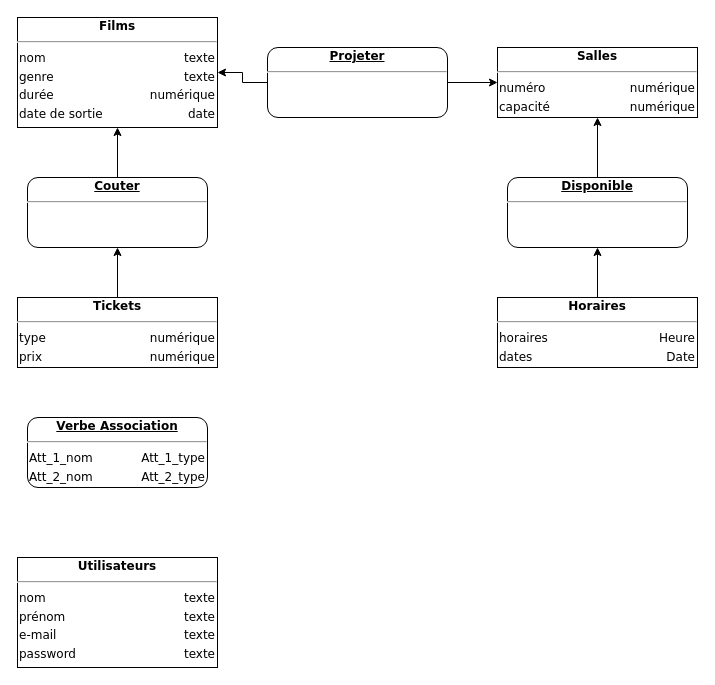
The draw.io diagram Documentation/projweb.drawio in TCamoes15/PROJWEB-BDD, before the edit. Source tidied: cells renumbered, new cells numbered last; positions are measured from the earlier drawing's top-left corner, leaving out a move shared by most shapes. Both pictures are drawn from the tidied source at 100%, with x=0, y=0 at pixel (17, 17).
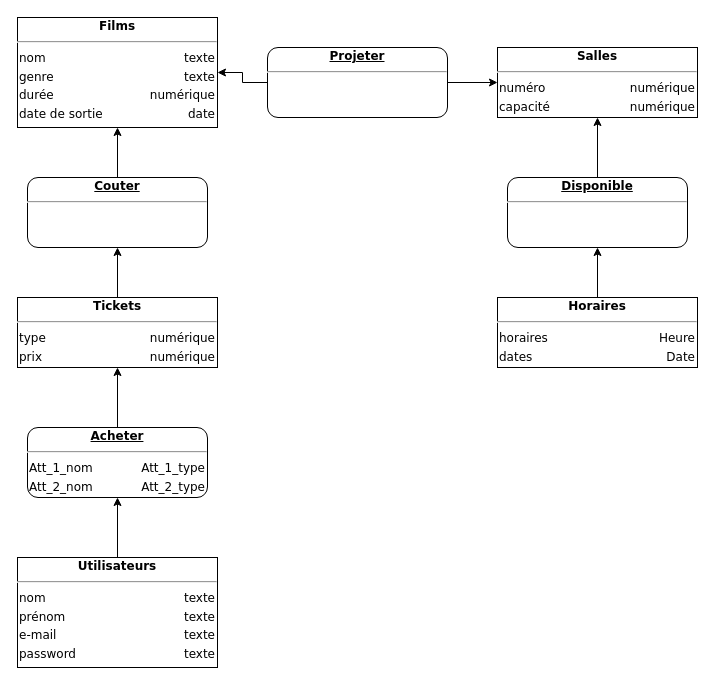
The same page after the edit.

Diff of the diagram source:
```diff
@@
 <mxGraphModel>
   <root>
     <mxCell id="0" />
     <mxCell id="1" parent="0" />
+    <mxCell id="17" style="edgeStyle=orthogonalEdgeStyle;rounded=0;jettySize=auto;html=1;" parent="1" edge="1" source="2" target="6">
+      <mxGeometry relative="1" as="geometry" />
+    </mxCell>
-    <mxCell id="2" value="&lt;div style=&quot;box-sizing: border-box ; width: 100% ; padding: 2px&quot;&gt;&lt;b&gt;&lt;u style=&quot;background-color: rgb(255 , 255 , 255)&quot;&gt;Verbe Association&lt;/u&gt;&lt;/b&gt;&lt;/div&gt;&lt;hr&gt;&lt;table style=&quot;width: 100% ; font-size: 1em&quot; cellpadding=&quot;2&quot; cellspacing=&quot;0&quot;&gt;&lt;tbody&gt;&lt;tr&gt;&lt;td style=&quot;text-align: left&quot;&gt;Att_1_nom&lt;/td&gt;&lt;td style=&quot;text-align: right&quot;&gt;Att_1_type&lt;br&gt;&lt;/td&gt;&lt;/tr&gt;&lt;tr&gt;&lt;td style=&quot;text-align: left&quot;&gt;Att_2_nom&lt;br&gt;&lt;/td&gt;&lt;td style=&quot;text-align: right&quot;&gt;Att_2_type&lt;br&gt;&lt;/td&gt;&lt;/tr&gt;&lt;/tbody&gt;&lt;/table&gt;" style="verticalAlign=top;align=center;overflow=fill;html=1;rounded=1;shadow=0;comic=0;labelBackgroundColor=none;strokeColor=#000000;strokeWidth=1;fillColor=#ffffff;fontFamily=Verdana;fontSize=12;fontColor=#000000;" parent="1" vertex="1">
-      <mxGeometry x="10" y="400" width="180" height="70" as="geometry" />
+    <mxCell id="2" value="&lt;div style=&quot;box-sizing: border-box ; width: 100% ; padding: 2px&quot;&gt;&lt;span style=&quot;background-color: rgb(255 , 255 , 255)&quot;&gt;&lt;b&gt;&lt;u&gt;Acheter&lt;/u&gt;&lt;/b&gt;&lt;/span&gt;&lt;/div&gt;&lt;hr&gt;&lt;table style=&quot;width: 100% ; font-size: 1em&quot; cellpadding=&quot;2&quot; cellspacing=&quot;0&quot;&gt;&lt;tbody&gt;&lt;tr&gt;&lt;td style=&quot;text-align: left&quot;&gt;Att_1_nom&lt;/td&gt;&lt;td style=&quot;text-align: right&quot;&gt;Att_1_type&lt;br&gt;&lt;/td&gt;&lt;/tr&gt;&lt;tr&gt;&lt;td style=&quot;text-align: left&quot;&gt;Att_2_nom&lt;br&gt;&lt;/td&gt;&lt;td style=&quot;text-align: right&quot;&gt;Att_2_type&lt;br&gt;&lt;/td&gt;&lt;/tr&gt;&lt;/tbody&gt;&lt;/table&gt;" style="verticalAlign=top;align=center;overflow=fill;html=1;rounded=1;shadow=0;comic=0;labelBackgroundColor=none;strokeColor=#000000;strokeWidth=1;fillColor=#ffffff;fontFamily=Verdana;fontSize=12;fontColor=#000000;" parent="1" vertex="1">
+      <mxGeometry x="10" y="410" width="180" height="70" as="geometry" />
     </mxCell>
     <mxCell id="3" value="&lt;div style=&quot;box-sizing: border-box ; width: 100% ; padding: 2px&quot;&gt;&lt;span style=&quot;background-color: rgb(255 , 255 , 255)&quot;&gt;&lt;b&gt;Films&lt;/b&gt;&lt;/span&gt;&lt;/div&gt;&lt;hr&gt;&lt;table style=&quot;width: 100% ; font-size: 1em&quot; cellpadding=&quot;2&quot; cellspacing=&quot;0&quot;&gt;&lt;tbody&gt;&lt;tr&gt;&lt;td style=&quot;text-align: left&quot;&gt;nom&amp;nbsp;&lt;/td&gt;&lt;td style=&quot;text-align: right&quot;&gt;texte&lt;/td&gt;&lt;/tr&gt;&lt;tr&gt;&lt;td style=&quot;text-align: left&quot;&gt;genre&lt;/td&gt;&lt;td style=&quot;text-align: right&quot;&gt;texte&lt;/td&gt;&lt;/tr&gt;&lt;tr&gt;&lt;td style=&quot;text-align: left&quot;&gt;durée&lt;/td&gt;&lt;td style=&quot;text-align: right&quot;&gt;numérique&lt;/td&gt;&lt;/tr&gt;&lt;tr&gt;&lt;td style=&quot;text-align: left&quot;&gt;date de sortie&lt;/td&gt;&lt;td style=&quot;text-align: right&quot;&gt;date&lt;/td&gt;&lt;/tr&gt;&lt;/tbody&gt;&lt;/table&gt;" style="verticalAlign=top;align=center;overflow=fill;html=1;rounded=0;shadow=0;comic=0;labelBackgroundColor=none;strokeColor=#000000;strokeWidth=1;fillColor=#ffffff;fontFamily=Verdana;fontSize=12;fontColor=#000000;" parent="1" vertex="1">
       <mxGeometry width="200" height="110" as="geometry" />
     </mxCell>
     <mxCell id="4" value="&lt;div style=&quot;box-sizing: border-box ; width: 100% ; padding: 2px&quot;&gt;&lt;span style=&quot;background-color: rgb(255 , 255 , 255)&quot;&gt;&lt;b&gt;Salles&lt;/b&gt;&lt;/span&gt;&lt;/div&gt;&lt;hr&gt;&lt;table style=&quot;width: 100% ; font-size: 1em&quot; cellpadding=&quot;2&quot; cellspacing=&quot;0&quot;&gt;&lt;tbody&gt;&lt;tr&gt;&lt;td style=&quot;text-align: left&quot;&gt;numéro&lt;/td&gt;&lt;td style=&quot;text-align: right&quot;&gt;numérique&lt;/td&gt;&lt;/tr&gt;&lt;tr&gt;&lt;td style=&quot;text-align: left&quot;&gt;capacité&lt;/td&gt;&lt;td style=&quot;text-align: right&quot;&gt;numérique&lt;/td&gt;&lt;/tr&gt;&lt;tr&gt;&lt;td style=&quot;text-align: left&quot;&gt;&lt;/td&gt;&lt;td style=&quot;text-align: right&quot;&gt;&lt;br&gt;&lt;/td&gt;&lt;/tr&gt;&lt;/tbody&gt;&lt;/table&gt;" style="verticalAlign=top;align=center;overflow=fill;html=1;rounded=0;shadow=0;comic=0;labelBackgroundColor=none;strokeColor=#000000;strokeWidth=1;fillColor=#ffffff;fontFamily=Verdana;fontSize=12;fontColor=#000000;" parent="1" vertex="1">
       <mxGeometry x="480" y="30" width="200" height="70" as="geometry" />
     </mxCell>
     <mxCell id="5" style="edgeStyle=orthogonalEdgeStyle;rounded=0;jettySize=auto;html=1;exitX=0.5;exitY=0;exitDx=0;exitDy=0;entryX=0.5;entryY=1;entryDx=0;entryDy=0;" parent="1" edge="1" source="6" target="11">
       <mxGeometry relative="1" as="geometry" />
     </mxCell>
     <mxCell id="6" value="&lt;div style=&quot;box-sizing: border-box ; width: 100% ; padding: 2px&quot;&gt;&lt;span style=&quot;background-color: rgb(255 , 255 , 255)&quot;&gt;&lt;b&gt;Tickets&lt;/b&gt;&lt;/span&gt;&lt;/div&gt;&lt;hr&gt;&lt;table style=&quot;width: 100% ; font-size: 1em&quot; cellpadding=&quot;2&quot; cellspacing=&quot;0&quot;&gt;&lt;tbody&gt;&lt;tr&gt;&lt;td style=&quot;text-align: left&quot;&gt;type&lt;/td&gt;&lt;td style=&quot;text-align: right&quot;&gt;numérique&lt;/td&gt;&lt;/tr&gt;&lt;tr&gt;&lt;td style=&quot;text-align: left&quot;&gt;prix&lt;/td&gt;&lt;td style=&quot;text-align: right&quot;&gt;numérique&lt;/td&gt;&lt;/tr&gt;&lt;tr&gt;&lt;td style=&quot;text-align: left&quot;&gt;&lt;/td&gt;&lt;td style=&quot;text-align: right&quot;&gt;&lt;br&gt;&lt;/td&gt;&lt;/tr&gt;&lt;/tbody&gt;&lt;/table&gt;" style="verticalAlign=top;align=center;overflow=fill;html=1;rounded=0;shadow=0;comic=0;labelBackgroundColor=none;strokeColor=#000000;strokeWidth=1;fillColor=#ffffff;fontFamily=Verdana;fontSize=12;fontColor=#000000;" parent="1" vertex="1">
       <mxGeometry y="280" width="200" height="70" as="geometry" />
     </mxCell>
     <mxCell id="7" style="edgeStyle=orthogonalEdgeStyle;rounded=0;jettySize=auto;html=1;exitX=0.5;exitY=0;exitDx=0;exitDy=0;entryX=0.5;entryY=1;entryDx=0;entryDy=0;" parent="1" edge="1" source="8" target="13">
       <mxGeometry relative="1" as="geometry" />
     </mxCell>
     <mxCell id="8" value="&lt;div style=&quot;box-sizing: border-box ; width: 100% ; padding: 2px&quot;&gt;&lt;span style=&quot;background-color: rgb(255 , 255 , 255)&quot;&gt;&lt;b&gt;Horaires&lt;/b&gt;&lt;/span&gt;&lt;/div&gt;&lt;hr&gt;&lt;table style=&quot;width: 100% ; font-size: 1em&quot; cellpadding=&quot;2&quot; cellspacing=&quot;0&quot;&gt;&lt;tbody&gt;&lt;tr&gt;&lt;td style=&quot;text-align: left&quot;&gt;horaires&lt;/td&gt;&lt;td style=&quot;text-align: right&quot;&gt;Heure&lt;/td&gt;&lt;/tr&gt;&lt;tr&gt;&lt;td style=&quot;text-align: left&quot;&gt;dates&lt;/td&gt;&lt;td style=&quot;text-align: right&quot;&gt;Date&lt;/td&gt;&lt;/tr&gt;&lt;tr&gt;&lt;td style=&quot;text-align: left&quot;&gt;&lt;/td&gt;&lt;td style=&quot;text-align: right&quot;&gt;&lt;br&gt;&lt;/td&gt;&lt;/tr&gt;&lt;/tbody&gt;&lt;/table&gt;" style="verticalAlign=top;align=center;overflow=fill;html=1;rounded=0;shadow=0;comic=0;labelBackgroundColor=none;strokeColor=#000000;strokeWidth=1;fillColor=#ffffff;fontFamily=Verdana;fontSize=12;fontColor=#000000;" parent="1" vertex="1">
       <mxGeometry x="480" y="280" width="200" height="70" as="geometry" />
     </mxCell>
+    <mxCell id="18" style="edgeStyle=orthogonalEdgeStyle;rounded=0;jettySize=auto;html=1;exitX=0.5;exitY=0;exitDx=0;exitDy=0;entryX=0.5;entryY=1;entryDx=0;entryDy=0;" parent="1" edge="1" source="9" target="2">
+      <mxGeometry relative="1" as="geometry" />
+    </mxCell>
     <mxCell id="9" value="&lt;div style=&quot;box-sizing: border-box ; width: 100% ; padding: 2px&quot;&gt;&lt;span style=&quot;background-color: rgb(255 , 255 , 255)&quot;&gt;&lt;b&gt;Utilisateurs&lt;/b&gt;&lt;/span&gt;&lt;/div&gt;&lt;hr&gt;&lt;table style=&quot;width: 100% ; font-size: 1em&quot; cellpadding=&quot;2&quot; cellspacing=&quot;0&quot;&gt;&lt;tbody&gt;&lt;tr&gt;&lt;td style=&quot;text-align: left&quot;&gt;nom&amp;nbsp;&lt;/td&gt;&lt;td style=&quot;text-align: right&quot;&gt;texte&lt;/td&gt;&lt;/tr&gt;&lt;tr&gt;&lt;td style=&quot;text-align: left&quot;&gt;prénom&amp;nbsp;&lt;/td&gt;&lt;td style=&quot;text-align: right&quot;&gt;texte&lt;/td&gt;&lt;/tr&gt;&lt;tr&gt;&lt;td style=&quot;text-align: left&quot;&gt;e-mail&lt;/td&gt;&lt;td style=&quot;text-align: right&quot;&gt;texte&lt;/td&gt;&lt;/tr&gt;&lt;tr&gt;&lt;td style=&quot;text-align: left&quot;&gt;password&lt;/td&gt;&lt;td style=&quot;text-align: right&quot;&gt;texte&lt;/td&gt;&lt;/tr&gt;&lt;/tbody&gt;&lt;/table&gt;" style="verticalAlign=top;align=center;overflow=fill;html=1;rounded=0;shadow=0;comic=0;labelBackgroundColor=none;strokeColor=#000000;strokeWidth=1;fillColor=#ffffff;fontFamily=Verdana;fontSize=12;fontColor=#000000;" parent="1" vertex="1">
       <mxGeometry y="540" width="200" height="110" as="geometry" />
     </mxCell>
     <mxCell id="10" style="edgeStyle=orthogonalEdgeStyle;rounded=0;jettySize=auto;html=1;exitX=0.5;exitY=0;exitDx=0;exitDy=0;entryX=0.5;entryY=1;entryDx=0;entryDy=0;" parent="1" edge="1" source="11" target="3">
       <mxGeometry relative="1" as="geometry" />
     </mxCell>
     <mxCell id="11" value="&lt;div style=&quot;box-sizing: border-box ; width: 100% ; padding: 2px&quot;&gt;&lt;span style=&quot;background-color: rgb(255 , 255 , 255)&quot;&gt;&lt;b&gt;&lt;u&gt;Couter&lt;/u&gt;&lt;/b&gt;&lt;/span&gt;&lt;/div&gt;&lt;hr&gt;&lt;table style=&quot;width: 100% ; font-size: 1em&quot; cellpadding=&quot;2&quot; cellspacing=&quot;0&quot;&gt;&lt;tbody&gt;&lt;tr&gt;&lt;td style=&quot;text-align: left&quot;&gt;&lt;br&gt;&lt;/td&gt;&lt;td style=&quot;text-align: right&quot;&gt;&lt;br&gt;&lt;/td&gt;&lt;/tr&gt;&lt;tr&gt;&lt;td style=&quot;text-align: left&quot;&gt;&lt;br&gt;&lt;/td&gt;&lt;td style=&quot;text-align: right&quot;&gt;&lt;br&gt;&lt;/td&gt;&lt;/tr&gt;&lt;/tbody&gt;&lt;/table&gt;" style="verticalAlign=top;align=center;overflow=fill;html=1;rounded=1;shadow=0;comic=0;labelBackgroundColor=none;strokeColor=#000000;strokeWidth=1;fillColor=#ffffff;fontFamily=Verdana;fontSize=12;fontColor=#000000;" parent="1" vertex="1">
       <mxGeometry x="10" y="160" width="180" height="70" as="geometry" />
     </mxCell>
     <mxCell id="12" style="edgeStyle=orthogonalEdgeStyle;rounded=0;jettySize=auto;html=1;exitX=0.5;exitY=0;exitDx=0;exitDy=0;entryX=0.5;entryY=1;entryDx=0;entryDy=0;" parent="1" edge="1" source="13" target="4">
       <mxGeometry relative="1" as="geometry" />
     </mxCell>
     <mxCell id="13" value="&lt;div style=&quot;box-sizing: border-box ; width: 100% ; padding: 2px&quot;&gt;&lt;span style=&quot;background-color: rgb(255 , 255 , 255)&quot;&gt;&lt;b&gt;&lt;u&gt;Disponible&lt;/u&gt;&lt;/b&gt;&lt;/span&gt;&lt;/div&gt;&lt;hr&gt;&lt;table style=&quot;width: 100% ; font-size: 1em&quot; cellpadding=&quot;2&quot; cellspacing=&quot;0&quot;&gt;&lt;tbody&gt;&lt;tr&gt;&lt;td style=&quot;text-align: left&quot;&gt;&lt;br&gt;&lt;/td&gt;&lt;td style=&quot;text-align: right&quot;&gt;&lt;br&gt;&lt;/td&gt;&lt;/tr&gt;&lt;tr&gt;&lt;td style=&quot;text-align: left&quot;&gt;&lt;br&gt;&lt;/td&gt;&lt;td style=&quot;text-align: right&quot;&gt;&lt;br&gt;&lt;/td&gt;&lt;/tr&gt;&lt;/tbody&gt;&lt;/table&gt;" style="verticalAlign=top;align=center;overflow=fill;html=1;rounded=1;shadow=0;comic=0;labelBackgroundColor=none;strokeColor=#000000;strokeWidth=1;fillColor=#ffffff;fontFamily=Verdana;fontSize=12;fontColor=#000000;" parent="1" vertex="1">
       <mxGeometry x="490" y="160" width="180" height="70" as="geometry" />
     </mxCell>
     <mxCell id="14" style="edgeStyle=orthogonalEdgeStyle;rounded=0;jettySize=auto;html=1;exitX=1;exitY=0.5;exitDx=0;exitDy=0;entryX=0;entryY=0.5;entryDx=0;entryDy=0;" parent="1" edge="1" source="16" target="4">
       <mxGeometry relative="1" as="geometry" />
     </mxCell>
     <mxCell id="15" style="edgeStyle=orthogonalEdgeStyle;rounded=0;jettySize=auto;html=1;exitX=0;exitY=0.5;exitDx=0;exitDy=0;entryX=1;entryY=0.5;entryDx=0;entryDy=0;" parent="1" edge="1" source="16" target="3">
       <mxGeometry relative="1" as="geometry" />
     </mxCell>
     <mxCell id="16" value="&lt;div style=&quot;box-sizing: border-box ; width: 100% ; padding: 2px&quot;&gt;&lt;span style=&quot;background-color: rgb(255 , 255 , 255)&quot;&gt;&lt;b&gt;&lt;u&gt;Projeter&lt;/u&gt;&lt;/b&gt;&lt;/span&gt;&lt;/div&gt;&lt;hr&gt;&lt;table style=&quot;width: 100% ; font-size: 1em&quot; cellpadding=&quot;2&quot; cellspacing=&quot;0&quot;&gt;&lt;tbody&gt;&lt;tr&gt;&lt;td style=&quot;text-align: left&quot;&gt;&lt;br&gt;&lt;/td&gt;&lt;td style=&quot;text-align: right&quot;&gt;&lt;br&gt;&lt;/td&gt;&lt;/tr&gt;&lt;tr&gt;&lt;td style=&quot;text-align: left&quot;&gt;&lt;br&gt;&lt;/td&gt;&lt;td style=&quot;text-align: right&quot;&gt;&lt;br&gt;&lt;/td&gt;&lt;/tr&gt;&lt;/tbody&gt;&lt;/table&gt;" style="verticalAlign=top;align=center;overflow=fill;html=1;rounded=1;shadow=0;comic=0;labelBackgroundColor=none;strokeColor=#000000;strokeWidth=1;fillColor=#ffffff;fontFamily=Verdana;fontSize=12;fontColor=#000000;" parent="1" vertex="1">
       <mxGeometry x="250" y="30" width="180" height="70" as="geometry" />
     </mxCell>
   </root>
 </mxGraphModel>
```
